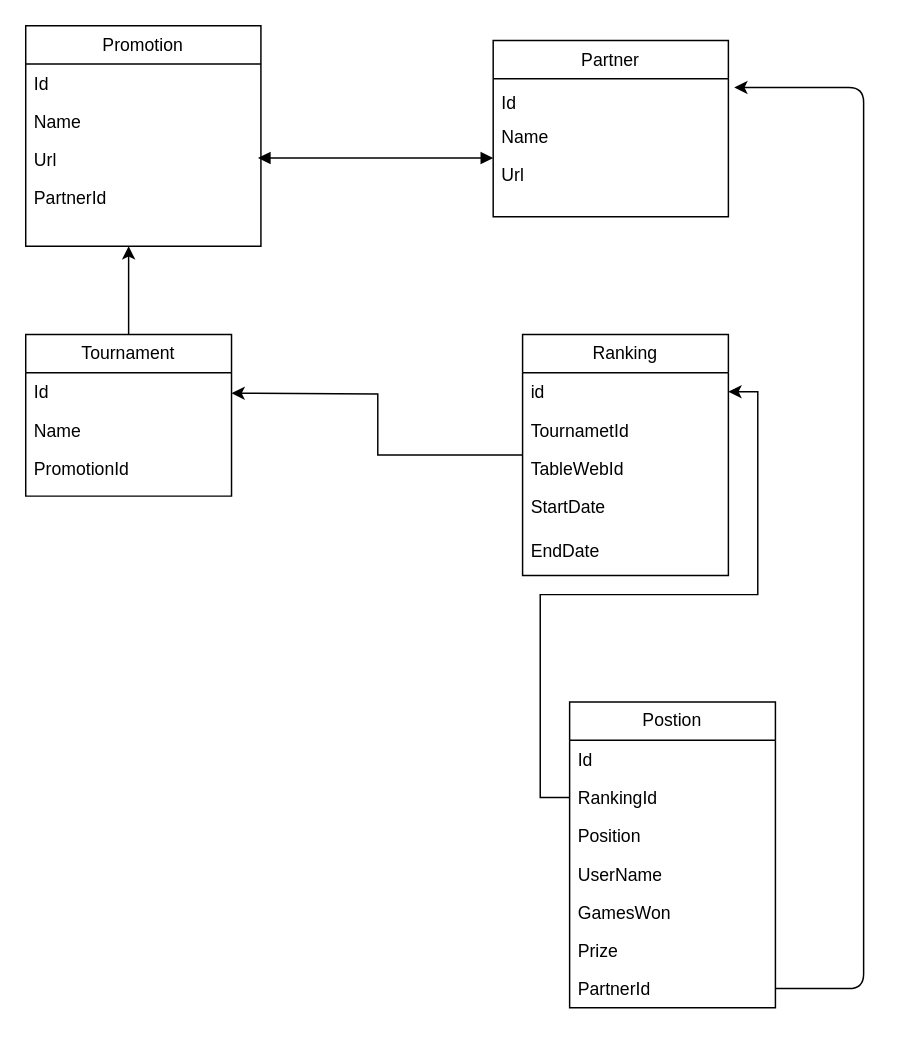
Above: UML/Tournaments.drawio in full-stack-bcn/p3-backend-2023 (draw.io), before the change. Source tidied: cells renumbered, new cells numbered last; positions are measured from the earlier drawing's top-left corner, leaving out a move shared by most shapes. Both pictures are drawn from the tidied source at 147%, with x=0, y=0 at pixel (25, 25).
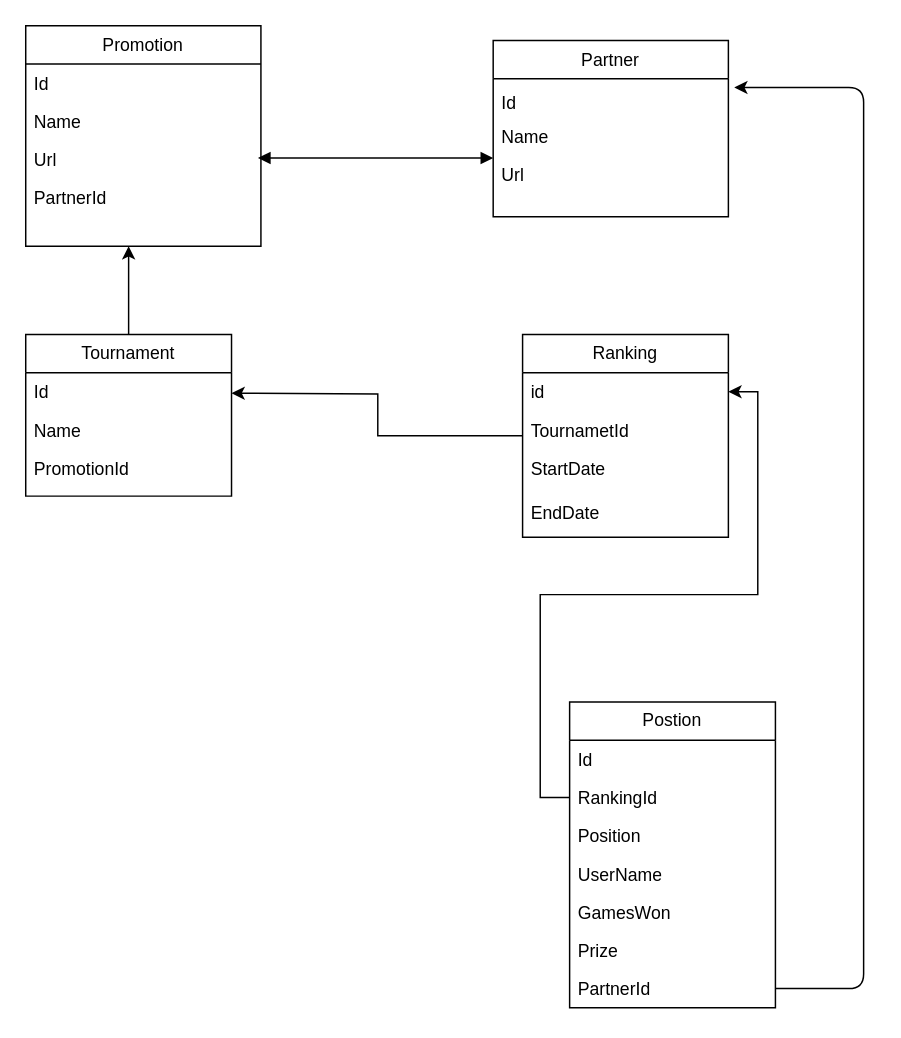
The same diagram, later.

Commit message:
deleting webtableid

What changed in the source:
```diff
@@
     <mxCell id="18" value="Ranking" style="swimlane;fontStyle=0;horizontal=1;startSize=26;fillColor=none;whiteSpace=wrap;html=1;" parent="1" vertex="1">
-      <mxGeometry x="338" y="210" width="140" height="164" as="geometry" />
+      <mxGeometry x="338" y="210" width="140" height="138" as="geometry" />
     </mxCell>
@@
-    <mxCell id="21" value="TableWebId" style="text;strokeColor=none;fillColor=none;align=left;verticalAlign=top;spacingLeft=4;spacingRight=4;overflow=hidden;whiteSpace=wrap;html=1;" parent="18" vertex="1">
-      <mxGeometry y="78" width="140" height="26" as="geometry" />
-    </mxCell>
     <mxCell id="22" value="StartDate" style="text;strokeColor=none;fillColor=none;align=left;verticalAlign=top;spacingLeft=4;spacingRight=4;overflow=hidden;whiteSpace=wrap;html=1;" parent="18" vertex="1">
-      <mxGeometry y="104" width="140" height="30" as="geometry" />
+      <mxGeometry y="78" width="140" height="30" as="geometry" />
     </mxCell>
     <mxCell id="23" value="EndDate" style="text;strokeColor=none;fillColor=none;align=left;verticalAlign=top;spacingLeft=4;spacingRight=4;overflow=hidden;whiteSpace=wrap;html=1;" parent="18" vertex="1">
-      <mxGeometry y="134" width="140" height="30" as="geometry" />
+      <mxGeometry y="108" width="140" height="30" as="geometry" />
     </mxCell>
```
